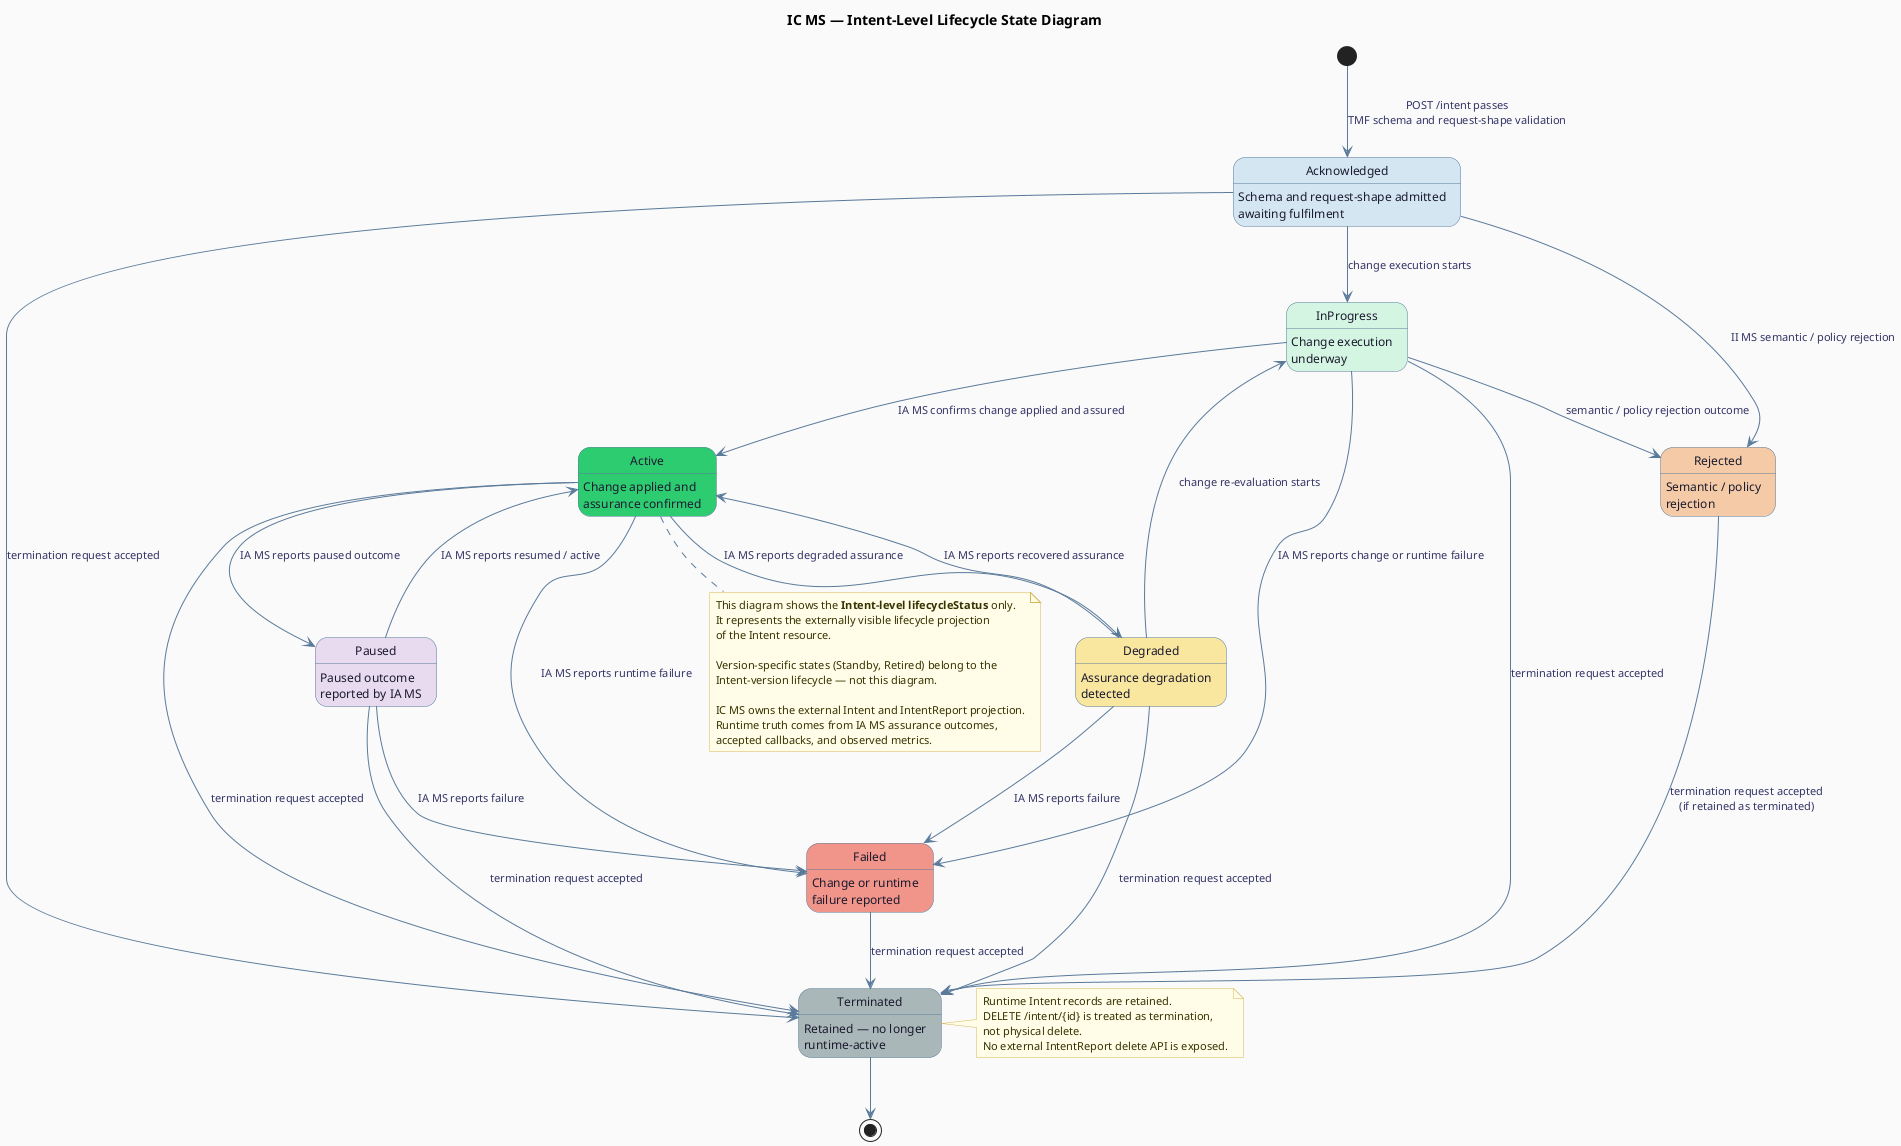
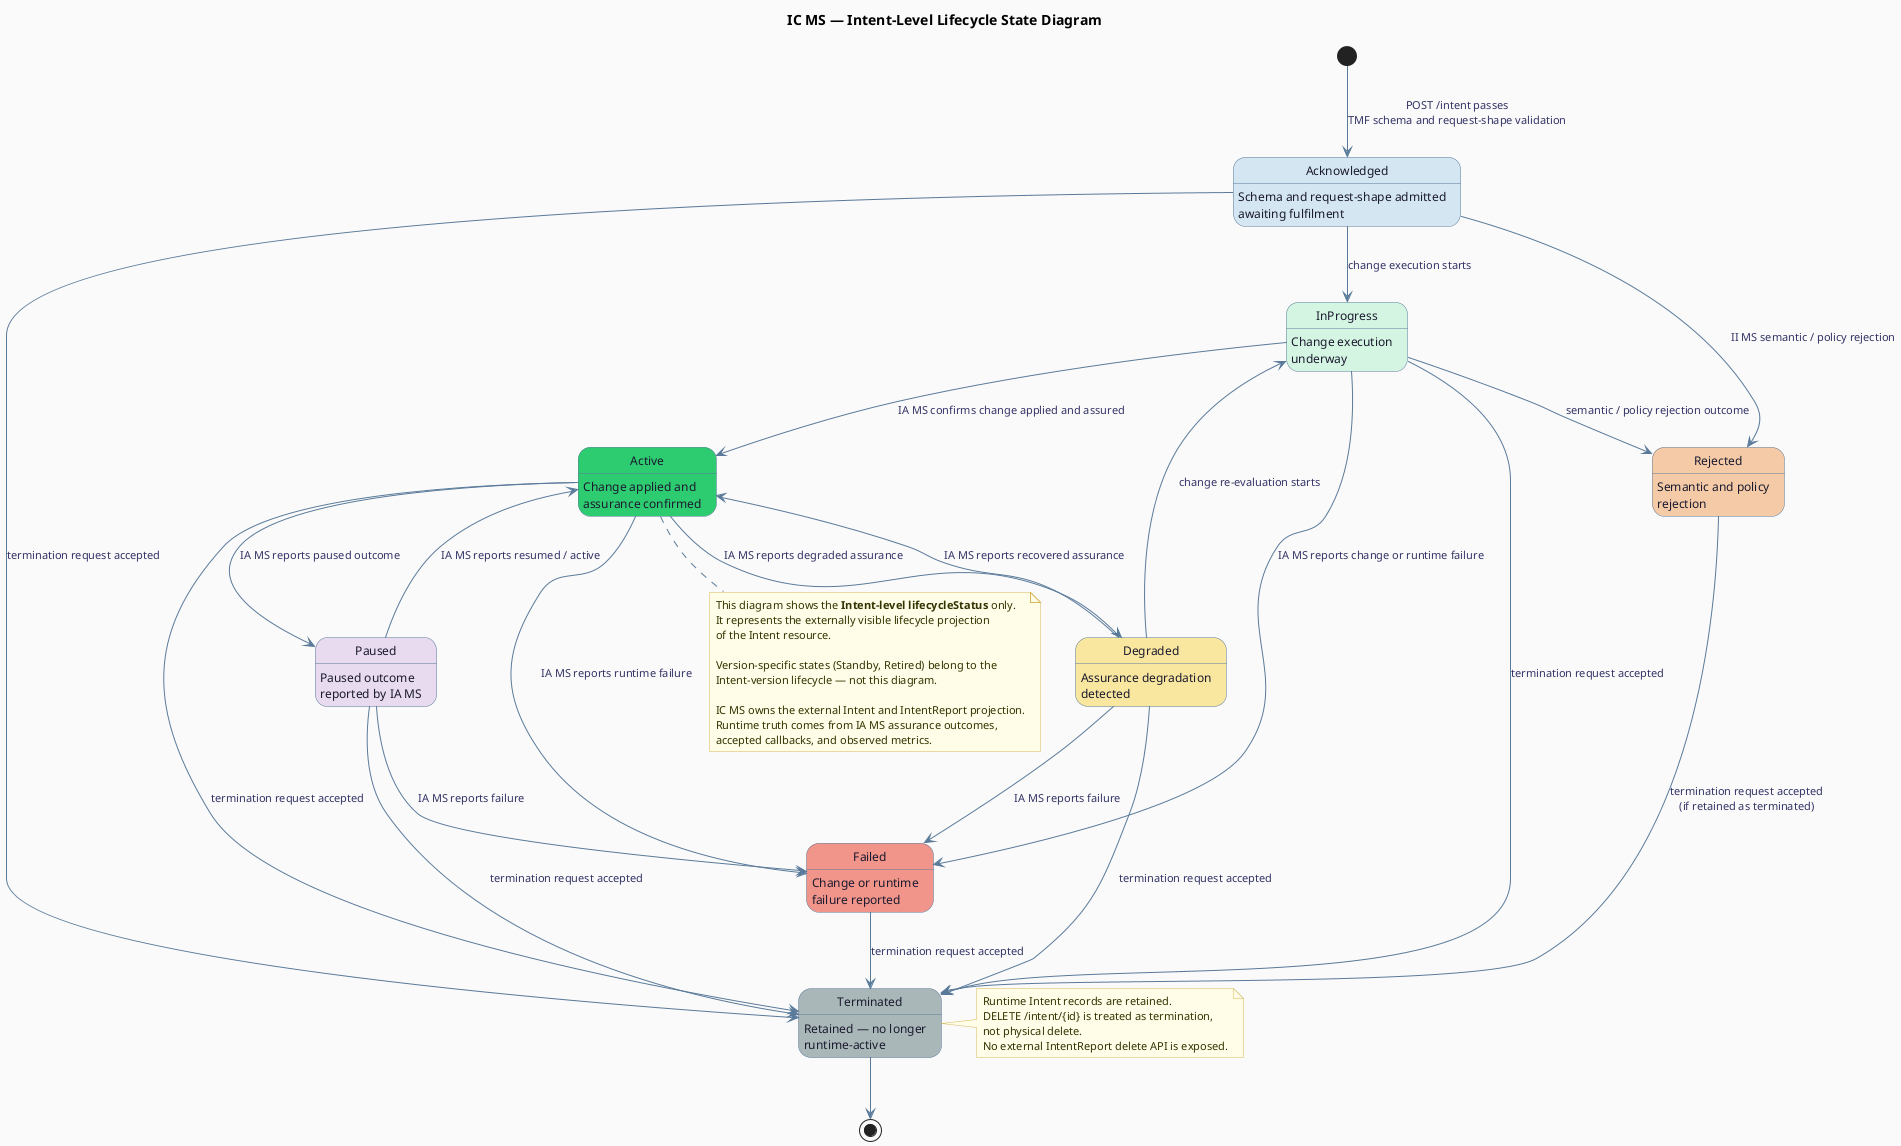
@startuml
' IC MS — Intent-Level Lifecycle State Diagram

hide empty description
skinparam shadowing false
skinparam backgroundColor #FAFAFA

skinparam state {
  BackgroundColor #FFFFFF
  BorderColor #5a7a9a
  FontSize 12
  FontColor #1a1a2e
  ArrowColor #5a7a9a
  ArrowFontSize 11
  ArrowFontColor #333366
}

skinparam note {
  BackgroundColor #fffde7
  BorderColor #d6b656
  FontSize 11
  FontColor #333300
}

title <b>IC MS — Intent-Level Lifecycle State Diagram</b>

' ── States ────────────────────────────────────────────────────────────────
state Acknowledged #d4e6f1 : Schema and request-shape admitted\nawaiting fulfilment
state InProgress   #d5f5e3 : Change execution\nunderway
state Active       #2ecc71 : Change applied and\nassurance confirmed
state Degraded     #f9e79f : Assurance degradation\ndetected
state Paused       #e8daef : Paused outcome\nreported by IA MS
state Failed       #f1948a : Change or runtime\nfailure reported
- state Rejected     #f5cba7 : Semantic / policy\nrejection
+ state Rejected     #f5cba7 : Semantic and policy\nrejection
state Terminated   #aab7b8 : Retained — no longer\nruntime-active

' ── Entry ─────────────────────────────────────────────────────────────────
[*] --> Acknowledged : POST /intent passes\nTMF schema and request-shape validation

' ── Acknowledged ──────────────────────────────────────────────────────────
Acknowledged --> InProgress : change execution starts
Acknowledged --> Rejected   : II MS semantic / policy rejection
Acknowledged --> Terminated : termination request accepted

' ── InProgress ────────────────────────────────────────────────────────────
InProgress --> Active     : IA MS confirms change applied and assured
InProgress --> Failed     : IA MS reports change or runtime failure
InProgress --> Rejected   : semantic / policy rejection outcome
InProgress --> Terminated : termination request accepted

' ── Active ────────────────────────────────────────────────────────────────
Active --> Degraded   : IA MS reports degraded assurance
Active --> Paused     : IA MS reports paused outcome
Active --> Failed     : IA MS reports runtime failure
Active --> Terminated : termination request accepted

' ── Degraded ──────────────────────────────────────────────────────────────
Degraded --> Active     : IA MS reports recovered assurance
Degraded --> InProgress : change re-evaluation starts
Degraded --> Failed     : IA MS reports failure
Degraded --> Terminated : termination request accepted

' ── Paused ────────────────────────────────────────────────────────────────
Paused --> Active     : IA MS reports resumed / active
Paused --> Failed     : IA MS reports failure
Paused --> Terminated : termination request accepted

' ── Terminal ──────────────────────────────────────────────────────────────
Failed    --> Terminated : termination request accepted
Rejected  --> Terminated : termination request accepted\n(if retained as terminated)

Terminated --> [*]

' ── Notes ─────────────────────────────────────────────────────────────────
note right of Terminated
  Runtime Intent records are retained.
  DELETE /intent/{id} is treated as termination,
  not physical delete.
  No external IntentReport delete API is exposed.
end note

note bottom of Active
  This diagram shows the <b>Intent-level lifecycleStatus</b> only.
  It represents the externally visible lifecycle projection
  of the Intent resource.

  Version-specific states (Standby, Retired) belong to the
  Intent-version lifecycle — not this diagram.

  IC MS owns the external Intent and IntentReport projection.
  Runtime truth comes from IA MS assurance outcomes,
  accepted callbacks, and observed metrics.
end note

@enduml